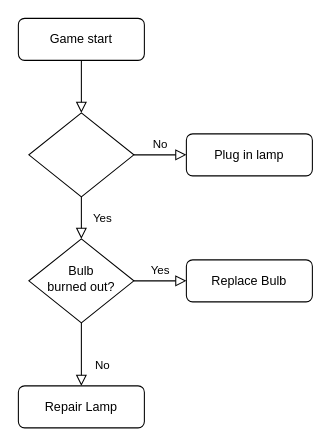
Before: Untitled Diagram.drawio in Nathan-web24/DTP2, a draw.io diagram. Source tidied: cells renumbered, new cells numbered last; positions are measured from the earlier drawing's top-left corner, leaving out a move shared by most shapes. Both pictures are drawn from the tidied source at 105%, with x=0, y=0 at pixel (18, 18).
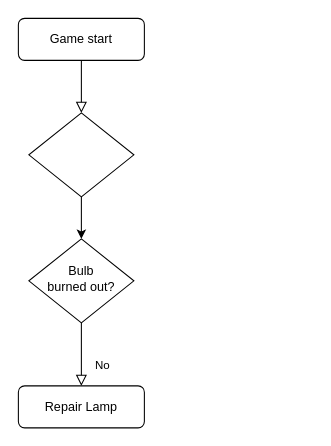
The same diagram, later.

Change to the diagram source:
```diff
@@
 <mxGraphModel>
   <root>
     <mxCell id="0" />
     <mxCell id="1" parent="0" />
     <mxCell id="2" style="rounded=0;html=1;jettySize=auto;fontSize=11;endArrow=block;endFill=0;endSize=8;strokeWidth=1;shadow=0;labelBackgroundColor=none;edgeStyle=orthogonalEdgeStyle;" parent="1" edge="1" source="3" target="6">
       <mxGeometry relative="1" as="geometry" />
     </mxCell>
     <mxCell id="3" value="Game start" style="rounded=1;whiteSpace=wrap;html=1;fontSize=12;glass=0;strokeWidth=1;shadow=0;" parent="1" vertex="1">
       <mxGeometry width="120" height="40" as="geometry" />
     </mxCell>
-    <mxCell id="4" value="Yes" style="rounded=0;html=1;jettySize=auto;fontSize=11;endArrow=block;endFill=0;endSize=8;strokeWidth=1;shadow=0;labelBackgroundColor=none;edgeStyle=orthogonalEdgeStyle;" parent="1" edge="1" source="6" target="10">
-      <mxGeometry y="20" relative="1" as="geometry" />
+    <mxCell id="4" style="edgeStyle=orthogonalEdgeStyle;rounded=0;jettySize=auto;html=1;exitX=0.5;exitY=1;exitDx=0;exitDy=0;entryX=0.5;entryY=0;entryDx=0;entryDy=0;strokeColor=default;labelBackgroundColor=default;fontColor=default;" parent="1" edge="1" source="6" target="10">
+      <mxGeometry relative="1" as="geometry" />
     </mxCell>
-    <mxCell id="5" value="No" style="edgeStyle=orthogonalEdgeStyle;rounded=0;html=1;jettySize=auto;fontSize=11;endArrow=block;endFill=0;endSize=8;strokeWidth=1;shadow=0;labelBackgroundColor=none;" parent="1" edge="1" source="6" target="7">
-      <mxGeometry y="10" relative="1" as="geometry" />
-    </mxCell>
     <mxCell id="6" style="rhombus;whiteSpace=wrap;html=1;shadow=0;fontFamily=Helvetica;fontSize=12;align=center;strokeWidth=1;spacing=6;spacingTop=-4;" parent="1" vertex="1">
       <mxGeometry x="10" y="90" width="100" height="80" as="geometry" />
     </mxCell>
-    <mxCell id="7" value="Plug in lamp" style="rounded=1;whiteSpace=wrap;html=1;fontSize=12;glass=0;strokeWidth=1;shadow=0;" parent="1" vertex="1">
-      <mxGeometry x="160" y="110" width="120" height="40" as="geometry" />
-    </mxCell>
     <mxCell id="8" value="No" style="rounded=0;html=1;jettySize=auto;fontSize=11;endArrow=block;endFill=0;endSize=8;strokeWidth=1;shadow=0;labelBackgroundColor=none;edgeStyle=orthogonalEdgeStyle;" parent="1" edge="1" source="10" target="11">
       <mxGeometry x="0.33" y="20" relative="1" as="geometry" />
     </mxCell>
-    <mxCell id="9" value="Yes" style="edgeStyle=orthogonalEdgeStyle;rounded=0;html=1;jettySize=auto;fontSize=11;endArrow=block;endFill=0;endSize=8;strokeWidth=1;shadow=0;labelBackgroundColor=none;" parent="1" edge="1" source="10" target="12">
-      <mxGeometry y="10" relative="1" as="geometry" />
-    </mxCell>
     <mxCell id="10" value="Bulb&lt;br&gt;burned out?" style="rhombus;whiteSpace=wrap;html=1;shadow=0;fontFamily=Helvetica;fontSize=12;align=center;strokeWidth=1;spacing=6;spacingTop=-4;" parent="1" vertex="1">
       <mxGeometry x="10" y="210" width="100" height="80" as="geometry" />
     </mxCell>
     <mxCell id="11" value="Repair Lamp" style="rounded=1;whiteSpace=wrap;html=1;fontSize=12;glass=0;strokeWidth=1;shadow=0;" parent="1" vertex="1">
       <mxGeometry y="350" width="120" height="40" as="geometry" />
     </mxCell>
-    <mxCell id="12" value="Replace Bulb" style="rounded=1;whiteSpace=wrap;html=1;fontSize=12;glass=0;strokeWidth=1;shadow=0;" parent="1" vertex="1">
-      <mxGeometry x="160" y="230" width="120" height="40" as="geometry" />
-    </mxCell>
   </root>
 </mxGraphModel>
```
